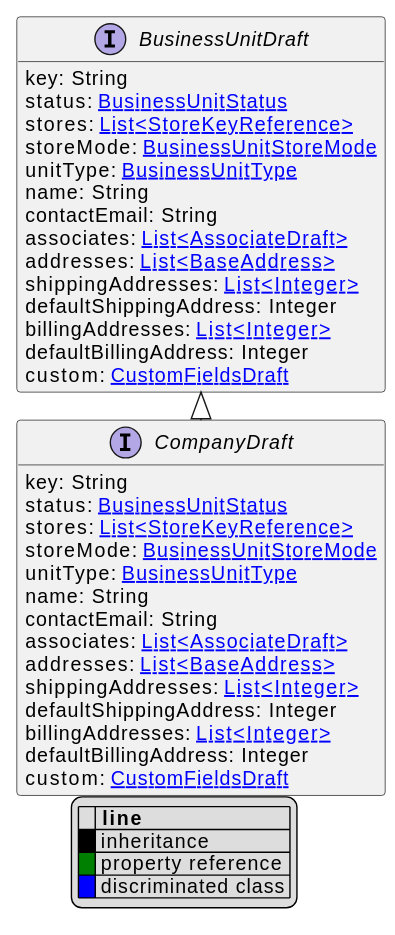
Above: uml/api/svg/CompanyDraft.svg in commercetools/commercetools-api-reference (PlantUML), before the change.
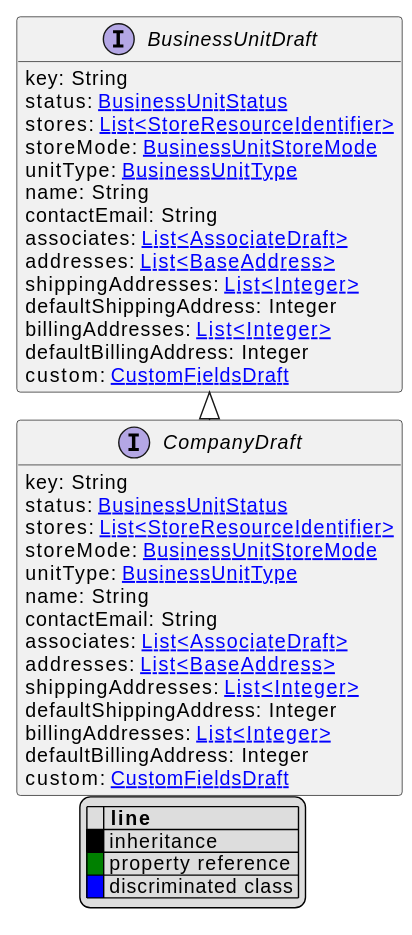
After the commit.

Change to the diagram source:
```diff
@@ -11,7 +11,7 @@
 interface CompanyDraft [[CompanyDraft.svg]] extends BusinessUnitDraft {
     key: String
     status: [[BusinessUnitStatus.svg BusinessUnitStatus]]
-    stores: [[StoreKeyReference.svg List<StoreKeyReference>]]
+    stores: [[StoreResourceIdentifier.svg List<StoreResourceIdentifier>]]
     storeMode: [[BusinessUnitStoreMode.svg BusinessUnitStoreMode]]
     unitType: [[BusinessUnitType.svg BusinessUnitType]]
     name: String
@@ -27,7 +27,7 @@
 interface BusinessUnitDraft [[BusinessUnitDraft.svg]]  {
     key: String
     status: [[BusinessUnitStatus.svg BusinessUnitStatus]]
-    stores: [[StoreKeyReference.svg List<StoreKeyReference>]]
+    stores: [[StoreResourceIdentifier.svg List<StoreResourceIdentifier>]]
     storeMode: [[BusinessUnitStoreMode.svg BusinessUnitStoreMode]]
     unitType: [[BusinessUnitType.svg BusinessUnitType]]
     name: String
```
